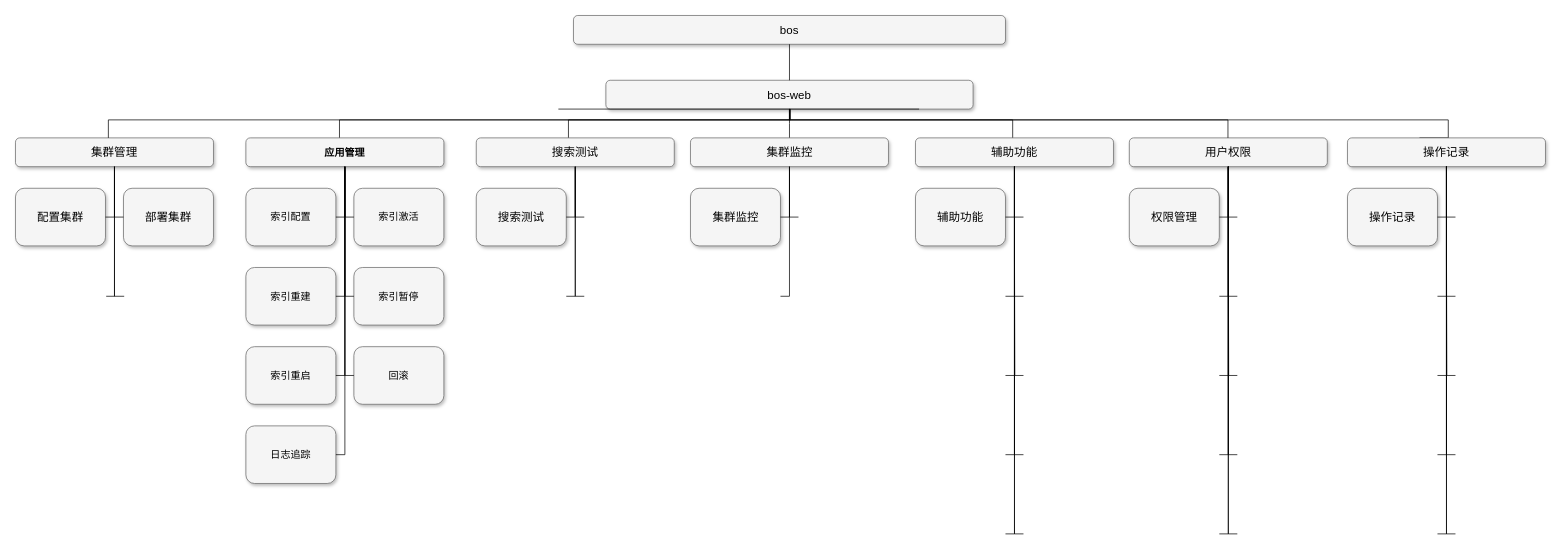
Above: bos功能树use.drawio in yindongjun/drawio-3 (draw.io), before the change. Source tidied: cells renumbered, new cells numbered last; positions are measured from the earlier drawing's top-left corner, leaving out a move shared by most shapes. Both pictures are drawn from the tidied source at 72%, with x=0, y=0 at pixel (15, 15).
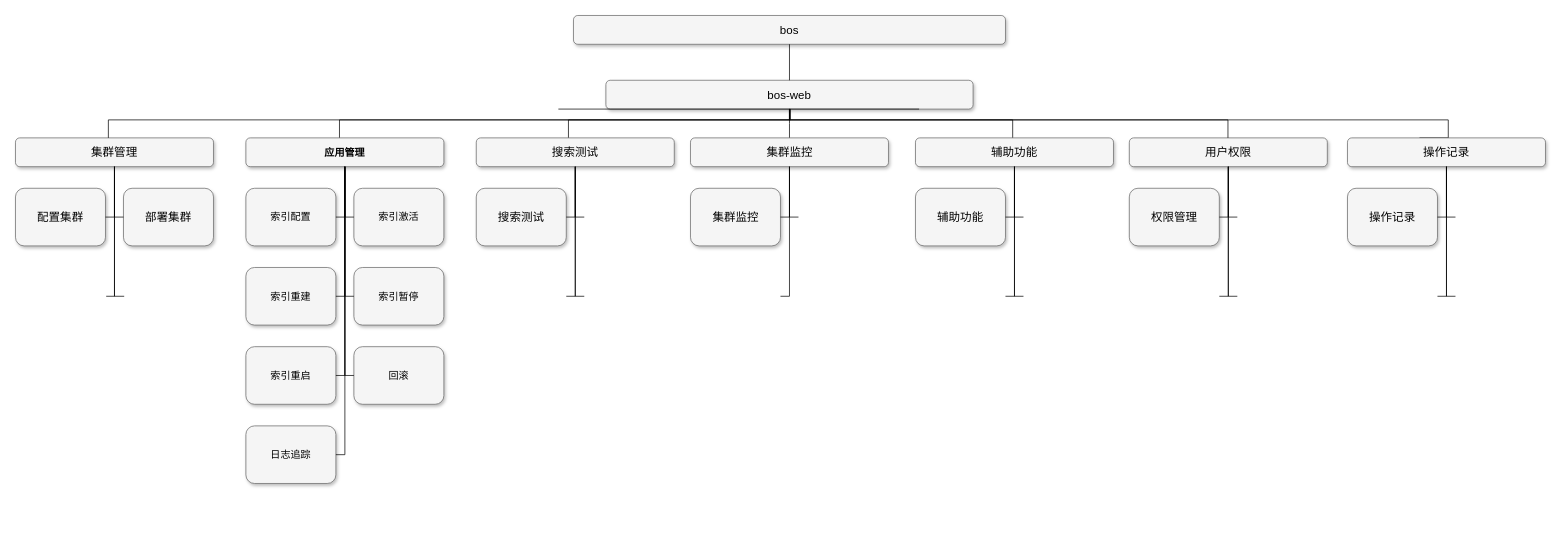
The same page after the edit.

The change refers to these unchanged cells:
```xml
<mxCell id="4" value="用户权限" style="whiteSpace=wrap;html=1;rounded=1;shadow=1;strokeWidth=1;fontSize=16;align=center;fillColor=#f5f5f5;strokeColor=#666666;" parent="1" vertex="1">
  <mxGeometry x="1547" y="170" width="275" height="40" as="geometry" />
</mxCell>
<mxCell id="23" value="操作记录" style="whiteSpace=wrap;html=1;rounded=1;shadow=1;strokeWidth=1;fontSize=16;align=center;fillColor=#f5f5f5;strokeColor=#666666;" parent="1" vertex="1">
  <mxGeometry x="1850" y="170" width="275" height="40" as="geometry" />
</mxCell>
<mxCell id="69" value="辅助功能" style="whiteSpace=wrap;html=1;rounded=1;shadow=1;strokeWidth=1;fontSize=16;align=center;fillColor=#f5f5f5;strokeColor=#666666;" parent="1" vertex="1">
  <mxGeometry x="1250" y="170" width="275" height="40" as="geometry" />
</mxCell>
```

What changed in the source:
```diff
@@
-    <mxCell id="14" style="edgeStyle=orthogonalEdgeStyle;html=1;startSize=6;endFill=0;endSize=6;strokeWidth=1;fontSize=16;rounded=0;endArrow=none;entryX=1;entryY=0.5;" parent="1" edge="1" source="4">
-      <mxGeometry relative="1" as="geometry">
-        <mxPoint x="1672" y="500" as="targetPoint" />
-        <Array as="points">
-          <mxPoint x="1685" y="335" />
-          <mxPoint x="1685" y="500" />
-        </Array>
-      </mxGeometry>
-    </mxCell>
-    <mxCell id="15" style="edgeStyle=orthogonalEdgeStyle;html=1;startSize=6;endFill=0;endSize=6;strokeWidth=1;fontSize=16;rounded=0;endArrow=none;entryX=1;entryY=0.5;" parent="1" edge="1" source="4">
-      <mxGeometry relative="1" as="geometry">
-        <mxPoint x="1672" y="610" as="targetPoint" />
-        <Array as="points">
-          <mxPoint x="1685" y="610" />
-        </Array>
-      </mxGeometry>
-    </mxCell>
-    <mxCell id="16" style="edgeStyle=orthogonalEdgeStyle;html=1;startSize=6;endFill=0;endSize=6;strokeWidth=1;fontSize=16;rounded=0;endArrow=none;entryX=1;entryY=0.5;" parent="1" edge="1" source="4">
-      <mxGeometry relative="1" as="geometry">
-        <mxPoint x="1672" y="720" as="targetPoint" />
-        <Array as="points">
-          <mxPoint x="1685" y="720" />
-        </Array>
-      </mxGeometry>
-    </mxCell>
@@
-    <mxCell id="19" style="edgeStyle=orthogonalEdgeStyle;html=1;startSize=6;endFill=0;endSize=6;strokeWidth=1;fontSize=16;rounded=0;endArrow=none;entryX=0;entryY=0.5;" parent="1" edge="1" source="4">
-      <mxGeometry relative="1" as="geometry">
-        <mxPoint x="1697" y="500" as="targetPoint" />
-        <Array as="points">
-          <mxPoint x="1685" y="500" />
-        </Array>
-      </mxGeometry>
-    </mxCell>
-    <mxCell id="20" style="edgeStyle=orthogonalEdgeStyle;html=1;startSize=6;endFill=0;endSize=6;strokeWidth=1;fontSize=16;rounded=0;endArrow=none;entryX=0;entryY=0.5;" parent="1" edge="1" source="4">
-      <mxGeometry relative="1" as="geometry">
-        <mxPoint x="1697" y="610" as="targetPoint" />
-        <Array as="points">
-          <mxPoint x="1685" y="610" />
-        </Array>
-      </mxGeometry>
-    </mxCell>
-    <mxCell id="21" style="edgeStyle=orthogonalEdgeStyle;html=1;startSize=6;endFill=0;endSize=6;strokeWidth=1;fontSize=16;rounded=0;endArrow=none;entryX=0;entryY=0.5;" parent="1" edge="1" source="4">
-      <mxGeometry relative="1" as="geometry">
-        <mxPoint x="1697" y="720" as="targetPoint" />
-        <Array as="points">
-          <mxPoint x="1685" y="720" />
-        </Array>
-      </mxGeometry>
-    </mxCell>
@@
-    <mxCell id="27" style="edgeStyle=orthogonalEdgeStyle;html=1;startSize=6;endFill=0;endSize=6;strokeWidth=1;fontSize=16;rounded=0;endArrow=none;entryX=1;entryY=0.5;" parent="1" edge="1" source="23">
-      <mxGeometry relative="1" as="geometry">
-        <mxPoint x="1975" y="500" as="targetPoint" />
-        <Array as="points">
-          <mxPoint x="1988" y="335" />
-          <mxPoint x="1988" y="500" />
-        </Array>
-      </mxGeometry>
-    </mxCell>
-    <mxCell id="28" style="edgeStyle=orthogonalEdgeStyle;html=1;startSize=6;endFill=0;endSize=6;strokeWidth=1;fontSize=16;rounded=0;endArrow=none;entryX=1;entryY=0.5;" parent="1" edge="1" source="23">
-      <mxGeometry relative="1" as="geometry">
-        <mxPoint x="1975" y="610" as="targetPoint" />
-        <Array as="points">
-          <mxPoint x="1988" y="610" />
-        </Array>
-      </mxGeometry>
-    </mxCell>
-    <mxCell id="29" style="edgeStyle=orthogonalEdgeStyle;html=1;startSize=6;endFill=0;endSize=6;strokeWidth=1;fontSize=16;rounded=0;endArrow=none;entryX=1;entryY=0.5;" parent="1" edge="1" source="23">
-      <mxGeometry relative="1" as="geometry">
-        <mxPoint x="1975" y="720" as="targetPoint" />
-        <Array as="points">
-          <mxPoint x="1988" y="720" />
-        </Array>
-      </mxGeometry>
-    </mxCell>
@@
-    <mxCell id="32" style="edgeStyle=orthogonalEdgeStyle;html=1;startSize=6;endFill=0;endSize=6;strokeWidth=1;fontSize=16;rounded=0;endArrow=none;entryX=0;entryY=0.5;" parent="1" edge="1" source="23">
-      <mxGeometry relative="1" as="geometry">
-        <mxPoint x="2000" y="500" as="targetPoint" />
-        <Array as="points">
-          <mxPoint x="1988" y="500" />
-        </Array>
-      </mxGeometry>
-    </mxCell>
-    <mxCell id="33" style="edgeStyle=orthogonalEdgeStyle;html=1;startSize=6;endFill=0;endSize=6;strokeWidth=1;fontSize=16;rounded=0;endArrow=none;entryX=0;entryY=0.5;" parent="1" edge="1" source="23">
-      <mxGeometry relative="1" as="geometry">
-        <mxPoint x="2000" y="610" as="targetPoint" />
-        <Array as="points">
-          <mxPoint x="1988" y="610" />
-        </Array>
-      </mxGeometry>
-    </mxCell>
-    <mxCell id="34" style="edgeStyle=orthogonalEdgeStyle;html=1;startSize=6;endFill=0;endSize=6;strokeWidth=1;fontSize=16;rounded=0;endArrow=none;entryX=0;entryY=0.5;" parent="1" edge="1" source="23">
-      <mxGeometry relative="1" as="geometry">
-        <mxPoint x="2000" y="720" as="targetPoint" />
-        <Array as="points">
-          <mxPoint x="1988" y="720" />
-        </Array>
-      </mxGeometry>
-    </mxCell>
@@
-    <mxCell id="73" style="edgeStyle=orthogonalEdgeStyle;html=1;startSize=6;endFill=0;endSize=6;strokeWidth=1;fontSize=16;rounded=0;endArrow=none;entryX=1;entryY=0.5;" parent="1" edge="1" source="69">
-      <mxGeometry relative="1" as="geometry">
-        <mxPoint x="1375" y="500" as="targetPoint" />
-        <Array as="points">
-          <mxPoint x="1388" y="335" />
-          <mxPoint x="1388" y="500" />
-        </Array>
-      </mxGeometry>
-    </mxCell>
-    <mxCell id="74" style="edgeStyle=orthogonalEdgeStyle;html=1;startSize=6;endFill=0;endSize=6;strokeWidth=1;fontSize=16;rounded=0;endArrow=none;entryX=1;entryY=0.5;" parent="1" edge="1" source="69">
-      <mxGeometry relative="1" as="geometry">
-        <mxPoint x="1375" y="610" as="targetPoint" />
-        <Array as="points">
-          <mxPoint x="1388" y="610" />
-        </Array>
-      </mxGeometry>
-    </mxCell>
-    <mxCell id="75" style="edgeStyle=orthogonalEdgeStyle;html=1;startSize=6;endFill=0;endSize=6;strokeWidth=1;fontSize=16;rounded=0;endArrow=none;entryX=1;entryY=0.5;" parent="1" edge="1" source="69">
-      <mxGeometry relative="1" as="geometry">
-        <mxPoint x="1375" y="720" as="targetPoint" />
-        <Array as="points">
-          <mxPoint x="1388" y="720" />
-        </Array>
-      </mxGeometry>
-    </mxCell>
@@
-    <mxCell id="78" style="edgeStyle=orthogonalEdgeStyle;html=1;startSize=6;endFill=0;endSize=6;strokeWidth=1;fontSize=16;rounded=0;endArrow=none;entryX=0;entryY=0.5;" parent="1" edge="1" source="69">
-      <mxGeometry relative="1" as="geometry">
-        <mxPoint x="1400" y="500" as="targetPoint" />
-        <Array as="points">
-          <mxPoint x="1388" y="500" />
-        </Array>
-      </mxGeometry>
-    </mxCell>
-    <mxCell id="79" style="edgeStyle=orthogonalEdgeStyle;html=1;startSize=6;endFill=0;endSize=6;strokeWidth=1;fontSize=16;rounded=0;endArrow=none;entryX=0;entryY=0.5;" parent="1" edge="1" source="69">
-      <mxGeometry relative="1" as="geometry">
-        <mxPoint x="1400" y="610" as="targetPoint" />
-        <Array as="points">
-          <mxPoint x="1388" y="610" />
-        </Array>
-      </mxGeometry>
-    </mxCell>
-    <mxCell id="80" style="edgeStyle=orthogonalEdgeStyle;html=1;startSize=6;endFill=0;endSize=6;strokeWidth=1;fontSize=16;rounded=0;endArrow=none;entryX=0;entryY=0.5;" parent="1" edge="1" source="69">
-      <mxGeometry relative="1" as="geometry">
-        <mxPoint x="1400" y="720" as="targetPoint" />
-        <Array as="points">
-          <mxPoint x="1388" y="720" />
-        </Array>
-      </mxGeometry>
-    </mxCell>
```
